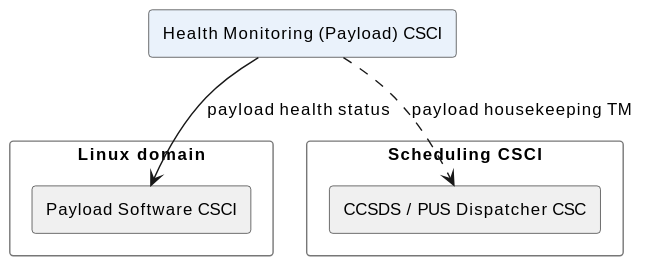
Above: docs/hms_pld_csci.svg in seapit/urban-memory (PlantUML), before the change. Its diagram source:
```plantuml
@startuml

skinparam componentStyle rectangle
skinparam packageStyle rectangle
skinparam shadowing false
skinparam nodesep 30
skinparam ranksep 58
skinparam defaultFontSize 12
skinparam wrapWidth 240
skinparam package {
  BackgroundColor #FFFFFF
  BorderColor #777777
}
skinparam component {
  BackgroundColor #FFFFFF
  BorderColor #333333
}
skinparam database {
  BackgroundColor #FFFFFF
  BorderColor #333333
}

component "Health Monitoring (Payload) CSCI" as PHM #EAF2FB

package "Linux domain" as LINDOM {
  component "Payload Software CSCI" as PAY #F0F0F0
}
package "Scheduling CSCI" as SCHED {
  component "CCSDS / PUS Dispatcher CSC" as CCSDS #F0F0F0
}

PHM --> PAY : payload health status
PHM ..> CCSDS : payload housekeeping TM
@enduml
```
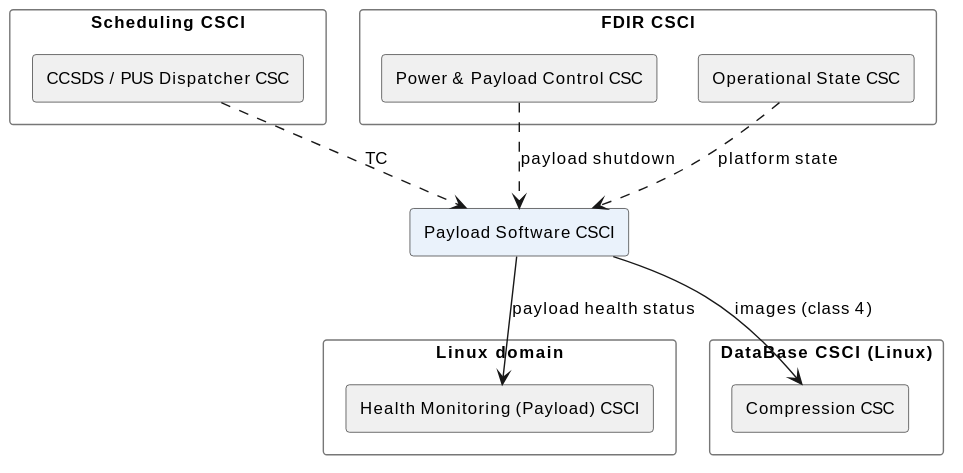
The same file after the commit.

Change to the diagram source:
```diff
@@ -1,5 +1,4 @@
 @startuml
-
 skinparam componentStyle rectangle
 skinparam packageStyle rectangle
 skinparam shadowing false
@@ -20,15 +19,25 @@
   BorderColor #333333
 }
 
-component "Health Monitoring (Payload) CSCI" as PHM #EAF2FB
+component "Payload Software CSCI" as PAY #EAF2FB
 
 package "Linux domain" as LINDOM {
-  component "Payload Software CSCI" as PAY #F0F0F0
+  component "Health Monitoring (Payload) CSCI" as PHM #F0F0F0
+}
+package "DataBase CSCI (Linux)" as DBLX {
+  component "Compression CSC" as COMP #F0F0F0
 }
 package "Scheduling CSCI" as SCHED {
   component "CCSDS / PUS Dispatcher CSC" as CCSDS #F0F0F0
 }
+package "FDIR CSCI" as FDIR {
+  component "Power & Payload Control CSC" as PPC #F0F0F0
+  component "Operational State CSC" as STATES #F0F0F0
+}
 
-PHM --> PAY : payload health status
-PHM ..> CCSDS : payload housekeeping TM
+PAY --> PHM : payload health status
+PAY --> COMP : images (class 4)
+CCSDS ..> PAY : TC
+PPC ..> PAY : payload shutdown
+STATES ..> PAY : platform state
 @enduml
```
